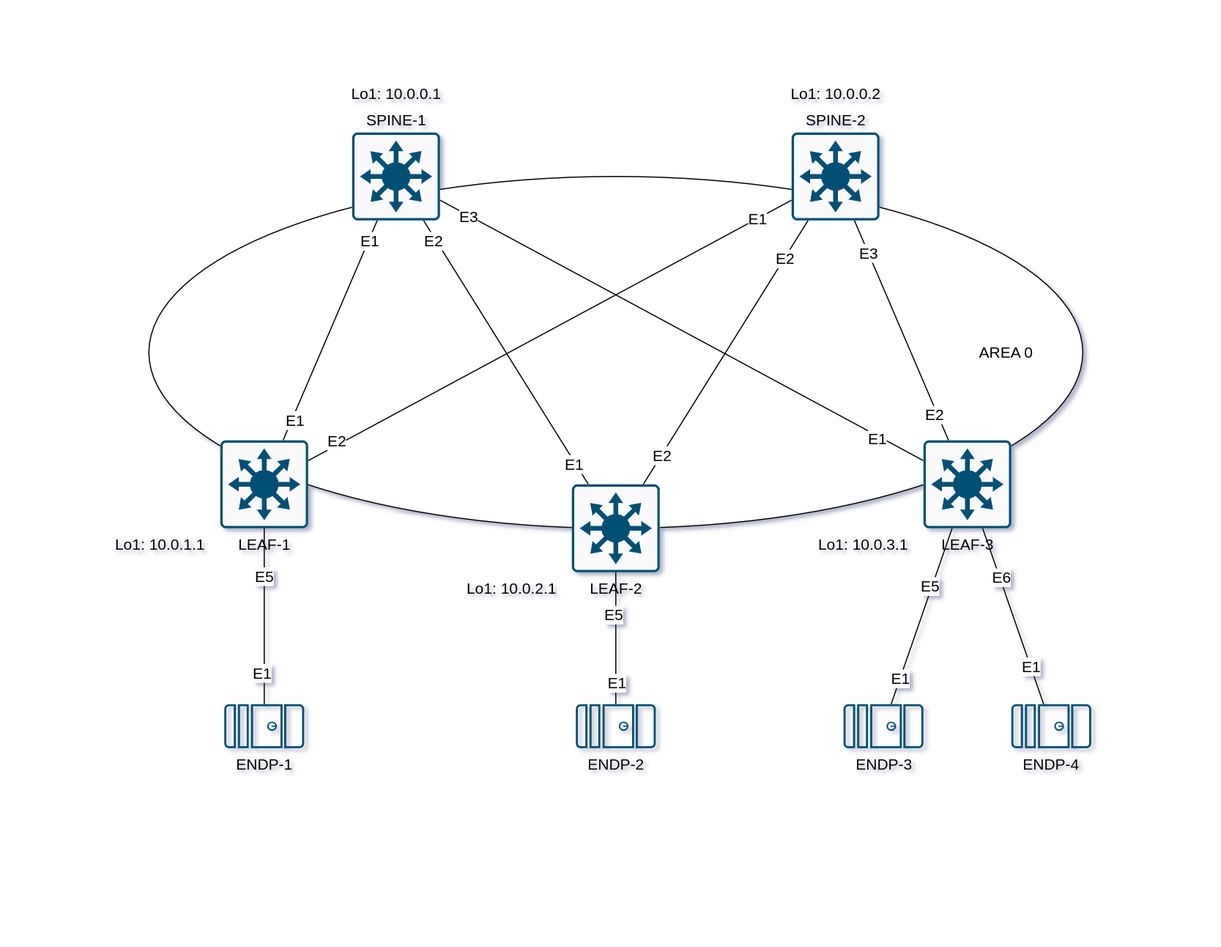
Above: LESSONS/04/images/1-04.drawio.png in archie-io/dc-design-course (draw.io), before the change. Source tidied: cells renumbered, new cells last; positions are measured from the earlier drawing's top-left corner, leaving out a move shared by most shapes.
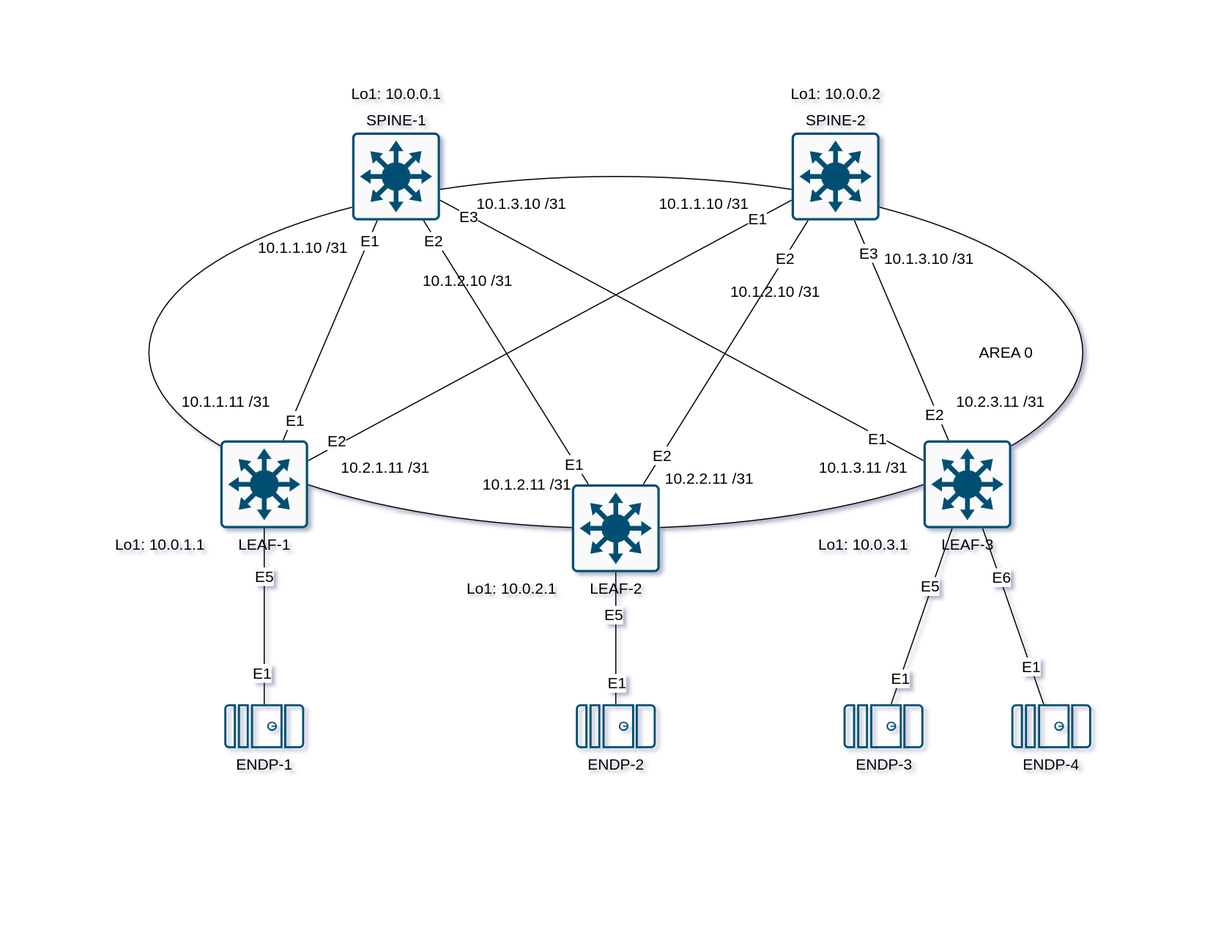
After the change.

Change to the diagram source:
```diff
@@ -144,5 +144,41 @@
     <mxCell id="47" value="Lo1: 10.0.0.2" style="text;html=1;align=center;verticalAlign=middle;strokeColor=none;fillColor=none;fontSize=14;" parent="1" vertex="1">
       <mxGeometry x="615" width="110" height="30" as="geometry" />
     </mxCell>
+    <mxCell id="48" value="10.1.1.11 /31" style="text;html=1;align=center;verticalAlign=middle;strokeColor=none;fillColor=none;fontSize=14;" parent="1" vertex="1">
+      <mxGeometry x="65" y="280" width="100" height="30" as="geometry" />
+    </mxCell>
+    <mxCell id="49" value="10.2.1.11 /31" style="text;html=1;align=center;verticalAlign=middle;strokeColor=none;fillColor=none;fontSize=14;" parent="1" vertex="1">
+      <mxGeometry x="210" y="340" width="100" height="30" as="geometry" />
+    </mxCell>
+    <mxCell id="50" value="10.1.2.11 /31" style="text;html=1;align=center;verticalAlign=middle;strokeColor=none;fillColor=none;fontSize=14;" parent="1" vertex="1">
+      <mxGeometry x="338.6" y="355" width="100" height="30" as="geometry" />
+    </mxCell>
+    <mxCell id="51" value="10.2.2.11 /31" style="text;html=1;align=center;verticalAlign=middle;strokeColor=none;fillColor=none;fontSize=14;" parent="1" vertex="1">
+      <mxGeometry x="505" y="350" width="100" height="30" as="geometry" />
+    </mxCell>
+    <mxCell id="52" value="10.1.3.11 /31" style="text;html=1;align=center;verticalAlign=middle;strokeColor=none;fillColor=none;fontSize=14;" parent="1" vertex="1">
+      <mxGeometry x="645" y="340" width="100" height="30" as="geometry" />
+    </mxCell>
+    <mxCell id="53" value="10.2.3.11 /31" style="text;html=1;align=center;verticalAlign=middle;strokeColor=none;fillColor=none;fontSize=14;" parent="1" vertex="1">
+      <mxGeometry x="770" y="280" width="100" height="30" as="geometry" />
+    </mxCell>
+    <mxCell id="54" value="10.1.1.10 /31" style="text;html=1;align=center;verticalAlign=middle;strokeColor=none;fillColor=none;fontSize=14;" parent="1" vertex="1">
+      <mxGeometry x="130" y="140" width="110" height="30" as="geometry" />
+    </mxCell>
+    <mxCell id="55" value="10.1.2.10 /31" style="text;html=1;align=center;verticalAlign=middle;strokeColor=none;fillColor=none;fontSize=14;" parent="1" vertex="1">
+      <mxGeometry x="280" y="170" width="110" height="30" as="geometry" />
+    </mxCell>
+    <mxCell id="56" value="10.1.3.10 /31" style="text;html=1;align=center;verticalAlign=middle;strokeColor=none;fillColor=none;fontSize=14;" parent="1" vertex="1">
+      <mxGeometry x="328.6" y="100" width="110" height="30" as="geometry" />
+    </mxCell>
+    <mxCell id="57" value="10.1.1.10 /31" style="text;html=1;align=center;verticalAlign=middle;strokeColor=none;fillColor=none;fontSize=14;" parent="1" vertex="1">
+      <mxGeometry x="495" y="100" width="110" height="30" as="geometry" />
+    </mxCell>
+    <mxCell id="58" value="10.1.2.10 /31" style="text;html=1;align=center;verticalAlign=middle;strokeColor=none;fillColor=none;fontSize=14;" parent="1" vertex="1">
+      <mxGeometry x="560" y="180" width="110" height="30" as="geometry" />
+    </mxCell>
+    <mxCell id="59" value="10.1.3.10 /31" style="text;html=1;align=center;verticalAlign=middle;strokeColor=none;fillColor=none;fontSize=14;" parent="1" vertex="1">
+      <mxGeometry x="700" y="150" width="110" height="30" as="geometry" />
+    </mxCell>
   </root>
 </mxGraphModel>
```
